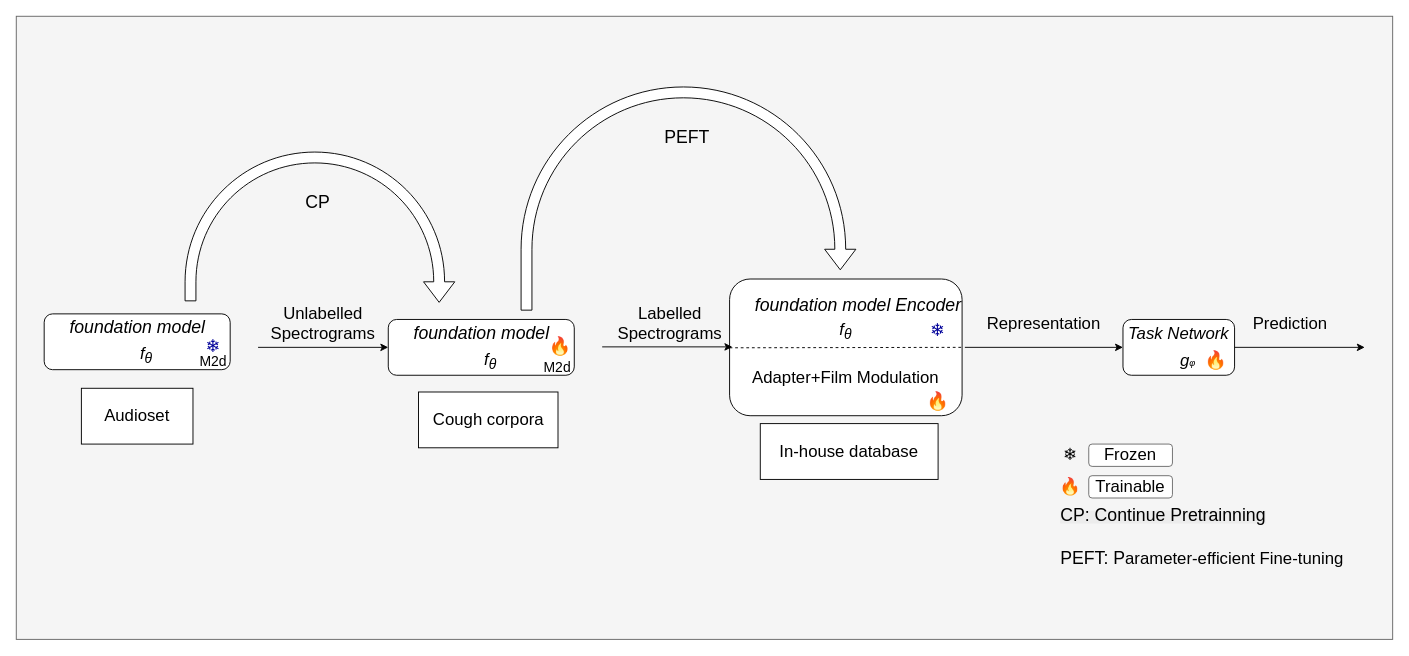
This is luncancer_genneral.drawio from lhwjsj/Diagram, a draw.io file, before an edit. Source tidied: cells renumbered, new cells numbered last; positions are measured from the earlier drawing's top-left corner, leaving out a move shared by most shapes. Both pictures are drawn from the tidied source at 93%, with x=0, y=0 at pixel (16, 16).
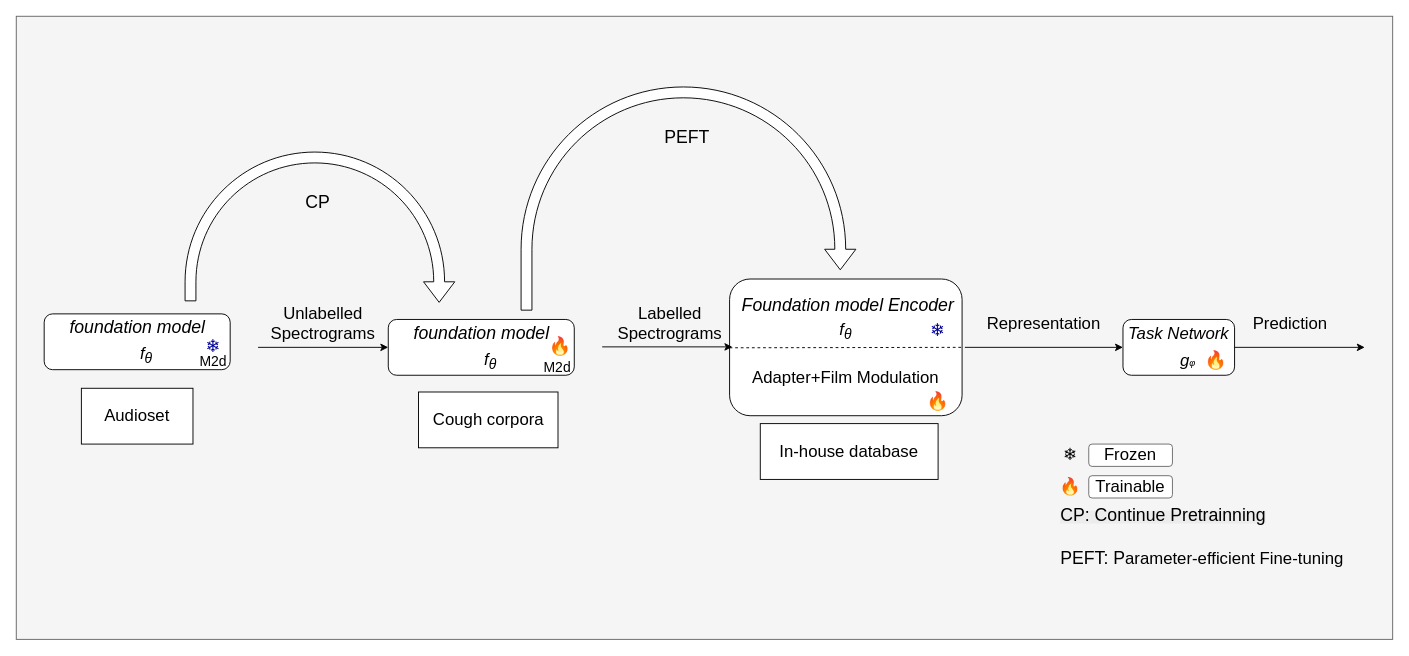
The same diagram, later.

What changed in the source:
```diff
@@
-    <mxCell id="9" value="&lt;i&gt;&lt;font style=&quot;font-size: 19px;&quot;&gt;foundation model Encoder&lt;/font&gt;&lt;/i&gt;" style="text;html=1;whiteSpace=wrap;strokeColor=none;fillColor=none;align=center;verticalAlign=middle;rounded=0;" parent="1" vertex="1">
-      <mxGeometry x="789.4" y="296" width="232.5" height="30" as="geometry" />
+    <mxCell id="9" value="&lt;i&gt;&lt;font style=&quot;font-size: 19px;&quot;&gt;Foundation model Encoder&lt;/font&gt;&lt;/i&gt;" style="text;html=1;whiteSpace=wrap;strokeColor=none;fillColor=none;align=center;verticalAlign=middle;rounded=0;" parent="1" vertex="1">
+      <mxGeometry x="778.4" y="296" width="232.5" height="30" as="geometry" />
     </mxCell>
```
